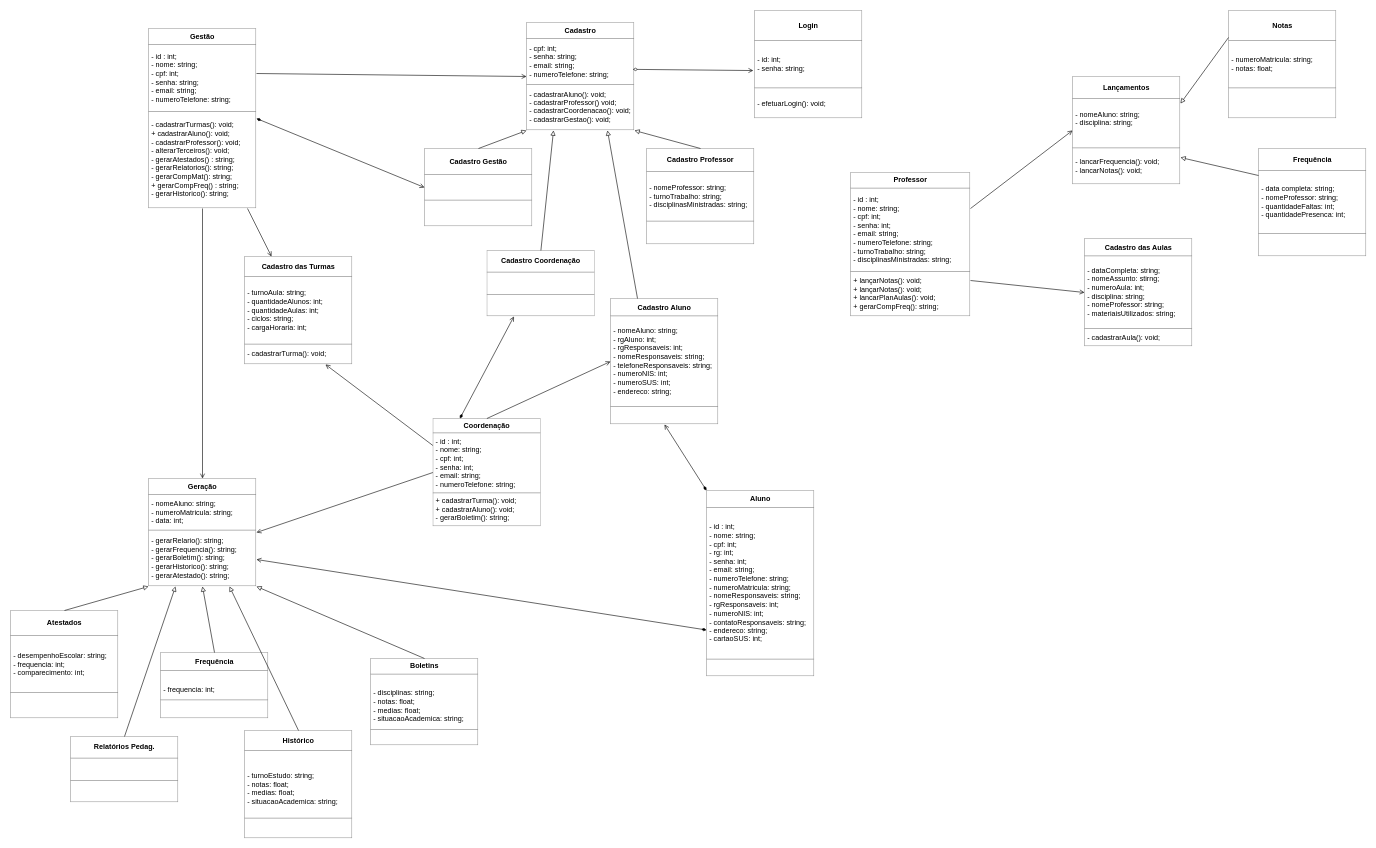
LizReis/An-lise-de-Sistemas keeps this draw.io diagram as DIAGRAMA DE CLASSE.drawio. Above is the earlier version. Source tidied: cells renumbered, new cells numbered last; positions are measured from the earlier drawing's top-left corner, leaving out a move shared by most shapes. Both pictures are drawn from the tidied source at 60%, with x=0, y=0 at pixel (10, 10).
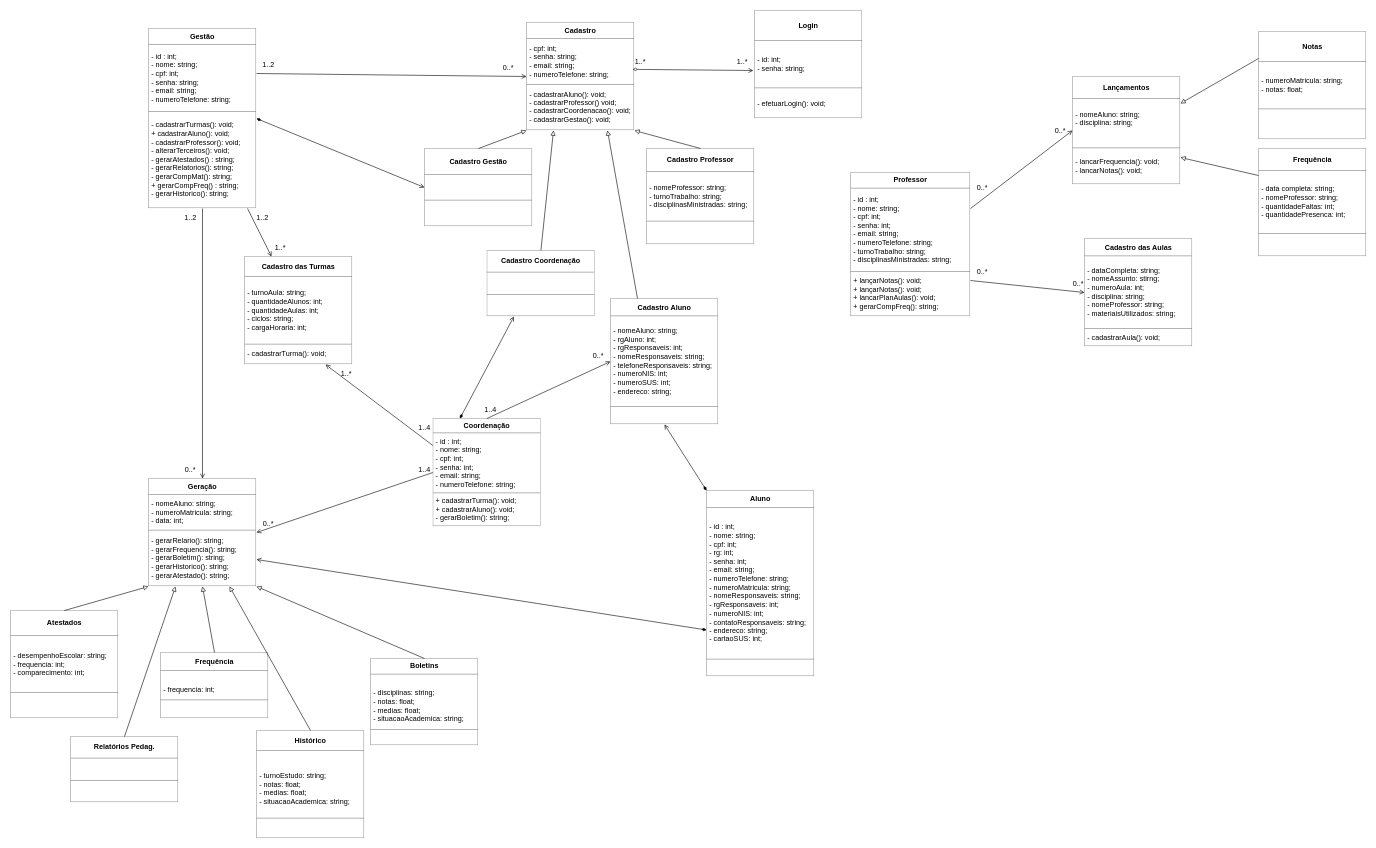
After the change.

The change refers to these unchanged cells:
```xml
<mxCell id="2" value="&lt;table border=&quot;1&quot; width=&quot;100%&quot; height=&quot;100%&quot; cellpadding=&quot;4&quot; style=&quot;width:100%;height:100%;border-collapse:collapse;&quot;&gt;&lt;tbody&gt;&lt;tr&gt;&lt;th align=&quot;center&quot;&gt;&lt;b&gt;Gestão&lt;/b&gt;&lt;/th&gt;&lt;/tr&gt;&lt;tr&gt;&lt;td&gt;- id : int;&lt;br&gt;- nome: string;&lt;br&gt;- cpf: int;&lt;br&gt;- senha: string;&lt;br&gt;- email: string;&lt;br&gt;- numeroTelefone: string;&lt;/td&gt;&lt;/tr&gt;&lt;tr&gt;&lt;td&gt;- cadastrarTurmas(): void;&lt;br&gt;+ cadastrarAluno(): void;&lt;br&gt;- cadastrarProfessor(): void;&lt;br&gt;- alterarTerceiros(): void;&lt;br&gt;- gerarAtestados() : string;&lt;br&gt;- gerarRelatorios(): string;&lt;br&gt;- gerarCompMat(): string;&lt;br&gt;+ gerarCompFreq() : string;&lt;br&gt;- gerarHistorico(): string;&lt;br&gt;&lt;/td&gt;&lt;/tr&gt;&lt;/tbody&gt;&lt;/table&gt;" style="text;html=1;whiteSpace=wrap;strokeColor=none;fillColor=none;overflow=fill;" parent="1" vertex="1">
  <mxGeometry x="230" y="30" width="180" height="300" as="geometry" />
</mxCell>
<mxCell id="5" value="&lt;table border=&quot;1&quot; width=&quot;100%&quot; height=&quot;100%&quot; cellpadding=&quot;4&quot; style=&quot;width:100%;height:100%;border-collapse:collapse;&quot;&gt;&lt;tbody&gt;&lt;tr&gt;&lt;th align=&quot;center&quot;&gt;&lt;b&gt;Login&lt;/b&gt;&lt;/th&gt;&lt;/tr&gt;&lt;tr&gt;&lt;td&gt;- id: int;&lt;br&gt;- senha: string;&lt;/td&gt;&lt;/tr&gt;&lt;tr&gt;&lt;td&gt;- efetuarLogin(): void;&lt;/td&gt;&lt;/tr&gt;&lt;/tbody&gt;&lt;/table&gt;" style="text;html=1;whiteSpace=wrap;strokeColor=none;fillColor=none;overflow=fill;" parent="1" vertex="1">
  <mxGeometry x="1240" width="180" height="180" as="geometry" />
</mxCell>
<mxCell id="11" value="&lt;table border=&quot;1&quot; width=&quot;100%&quot; height=&quot;100%&quot; cellpadding=&quot;4&quot; style=&quot;width:100%;height:100%;border-collapse:collapse;&quot;&gt;&lt;tbody&gt;&lt;tr&gt;&lt;th align=&quot;center&quot;&gt;Cadastro&lt;/th&gt;&lt;/tr&gt;&lt;tr&gt;&lt;td&gt;- cpf: int;&lt;br&gt;- senha: string;&lt;br&gt;- email: string;&lt;br&gt;- numeroTelefone: string;&lt;/td&gt;&lt;/tr&gt;&lt;tr&gt;&lt;td&gt;- cadastrarAluno(): void;&lt;br&gt;- cadastrarProfessor() void;&lt;br&gt;- cadastrarCoordenacao(): void;&lt;br&gt;- cadastrarGestao(): void;&lt;br&gt;&lt;/td&gt;&lt;/tr&gt;&lt;/tbody&gt;&lt;/table&gt;" style="text;html=1;whiteSpace=wrap;strokeColor=none;fillColor=none;overflow=fill;" parent="1" vertex="1">
  <mxGeometry x="860" y="20" width="180" height="180" as="geometry" />
</mxCell>
```

Diff of the diagram source:
```diff
@@
     <mxCell id="7" value="&lt;table border=&quot;1&quot; width=&quot;100%&quot; height=&quot;100%&quot; cellpadding=&quot;4&quot; style=&quot;width:100%;height:100%;border-collapse:collapse;&quot;&gt;&lt;tbody&gt;&lt;tr&gt;&lt;th align=&quot;center&quot;&gt;Notas&lt;/th&gt;&lt;/tr&gt;&lt;tr&gt;&lt;td&gt;- numeroMatricula: string;&lt;br&gt;- notas: float;&lt;/td&gt;&lt;/tr&gt;&lt;tr&gt;&lt;td&gt;&lt;br&gt;&lt;/td&gt;&lt;/tr&gt;&lt;/tbody&gt;&lt;/table&gt;" style="text;html=1;whiteSpace=wrap;strokeColor=none;fillColor=none;overflow=fill;" parent="1" vertex="1">
-      <mxGeometry x="2030" width="180" height="180" as="geometry" />
+      <mxGeometry x="2080" y="35" width="180" height="180" as="geometry" />
     </mxCell>
@@
     <mxCell id="25" value="&lt;table border=&quot;1&quot; width=&quot;100%&quot; height=&quot;100%&quot; cellpadding=&quot;4&quot; style=&quot;width:100%;height:100%;border-collapse:collapse;&quot;&gt;&lt;tbody&gt;&lt;tr&gt;&lt;th align=&quot;center&quot;&gt;&lt;b&gt;Histórico&lt;/b&gt;&lt;/th&gt;&lt;/tr&gt;&lt;tr&gt;&lt;td&gt;&lt;br&gt;- turnoEstudo: string;&lt;br&gt;- notas: float;&lt;br&gt;- medias: float;&lt;br&gt;- situacaoAcademica: string;&lt;br&gt;&lt;/td&gt;&lt;/tr&gt;&lt;tr&gt;&lt;td&gt;&lt;br&gt;&lt;/td&gt;&lt;/tr&gt;&lt;/tbody&gt;&lt;/table&gt;" style="text;html=1;whiteSpace=wrap;strokeColor=none;fillColor=none;overflow=fill;" parent="1" vertex="1">
-      <mxGeometry x="390" y="1200" width="180" height="180" as="geometry" />
+      <mxGeometry x="410" y="1200" width="180" height="180" as="geometry" />
     </mxCell>
@@
-    <mxCell id="34" style="endArrow=open;html=1;rounded=0;exitX=1;exitY=0.25;exitDx=0;exitDy=0;entryX=0;entryY=0.5;entryDx=0;entryDy=0;endFill=0;" parent="1" edge="1" source="2" target="11">
+    <mxCell id="34" style="endArrow=open;html=1;rounded=0;entryX=0;entryY=0.5;entryDx=0;entryDy=0;endFill=0;exitX=1;exitY=0.25;exitDx=0;exitDy=0;" parent="1" edge="1" source="2" target="11">
       <mxGeometry relative="1" as="geometry" />
     </mxCell>
@@
-    <mxCell id="42" style="endArrow=open;html=1;rounded=0;entryX=-0.011;entryY=0.556;entryDx=0;entryDy=0;startArrow=diamondThin;startFill=0;endFill=0;exitX=0.984;exitY=0.434;exitDx=0;exitDy=0;exitPerimeter=0;entryPerimeter=0;" parent="1" edge="1" source="11" target="5">
-      <mxGeometry relative="1" as="geometry" />
+    <mxCell id="42" style="endArrow=open;html=1;rounded=0;startArrow=diamondThin;startFill=0;endFill=0;exitX=0.984;exitY=0.434;exitDx=0;exitDy=0;exitPerimeter=0;" parent="1" edge="1" source="11">
+      <mxGeometry relative="1" as="geometry">
+        <mxPoint x="1238" y="100" as="targetPoint" />
+      </mxGeometry>
     </mxCell>
@@
+    <mxCell id="47" value="1..2" style="text;html=1;align=center;verticalAlign=middle;whiteSpace=wrap;rounded=0;" parent="1" vertex="1">
+      <mxGeometry x="400" y="75" width="60" height="30" as="geometry" />
+    </mxCell>
+    <mxCell id="48" value="0..*" style="text;html=1;align=center;verticalAlign=middle;whiteSpace=wrap;rounded=0;" parent="1" vertex="1">
+      <mxGeometry x="800" y="80" width="60" height="30" as="geometry" />
+    </mxCell>
+    <mxCell id="49" value="1..2" style="text;html=1;align=center;verticalAlign=middle;whiteSpace=wrap;rounded=0;" parent="1" vertex="1">
+      <mxGeometry x="390" y="330" width="60" height="30" as="geometry" />
+    </mxCell>
+    <mxCell id="50" value="1..*" style="text;html=1;align=center;verticalAlign=middle;whiteSpace=wrap;rounded=0;" parent="1" vertex="1">
+      <mxGeometry x="420" y="380" width="60" height="30" as="geometry" />
+    </mxCell>
+    <mxCell id="51" value="1..4" style="text;html=1;align=center;verticalAlign=middle;whiteSpace=wrap;rounded=0;" parent="1" vertex="1">
+      <mxGeometry x="770" y="650" width="60" height="30" as="geometry" />
+    </mxCell>
+    <mxCell id="52" value="0..*" style="text;html=1;align=center;verticalAlign=middle;whiteSpace=wrap;rounded=0;" parent="1" vertex="1">
+      <mxGeometry x="950" y="560" width="60" height="30" as="geometry" />
+    </mxCell>
+    <mxCell id="53" value="0..*" style="text;html=1;align=center;verticalAlign=middle;whiteSpace=wrap;rounded=0;" parent="1" vertex="1">
+      <mxGeometry x="1590" y="280" width="60" height="30" as="geometry" />
+    </mxCell>
+    <mxCell id="54" value="0..*" style="text;html=1;align=center;verticalAlign=middle;whiteSpace=wrap;rounded=0;" parent="1" vertex="1">
+      <mxGeometry x="1720" y="185" width="60" height="30" as="geometry" />
+    </mxCell>
+    <mxCell id="55" value="0..*" style="text;html=1;align=center;verticalAlign=middle;whiteSpace=wrap;rounded=0;" parent="1" vertex="1">
+      <mxGeometry x="1590" y="420" width="60" height="30" as="geometry" />
+    </mxCell>
+    <mxCell id="56" value="0..*" style="text;html=1;align=center;verticalAlign=middle;whiteSpace=wrap;rounded=0;" parent="1" vertex="1">
+      <mxGeometry x="1750" y="440" width="60" height="30" as="geometry" />
+    </mxCell>
+    <mxCell id="57" value="1..4" style="text;html=1;align=center;verticalAlign=middle;whiteSpace=wrap;rounded=0;" parent="1" vertex="1">
+      <mxGeometry x="660" y="680" width="60" height="30" as="geometry" />
+    </mxCell>
+    <mxCell id="58" value="1..4" style="text;html=1;align=center;verticalAlign=middle;whiteSpace=wrap;rounded=0;" parent="1" vertex="1">
+      <mxGeometry x="660" y="750" width="60" height="30" as="geometry" />
+    </mxCell>
+    <mxCell id="59" value="0..*" style="text;html=1;align=center;verticalAlign=middle;whiteSpace=wrap;rounded=0;" parent="1" vertex="1">
+      <mxGeometry x="400" y="840" width="60" height="30" as="geometry" />
+    </mxCell>
+    <mxCell id="60" value="1..*" style="text;html=1;align=center;verticalAlign=middle;whiteSpace=wrap;rounded=0;" parent="1" vertex="1">
+      <mxGeometry x="530" y="590" width="60" height="30" as="geometry" />
+    </mxCell>
+    <mxCell id="61" value="1..*" style="text;html=1;align=center;verticalAlign=middle;whiteSpace=wrap;rounded=0;" parent="1" vertex="1">
+      <mxGeometry x="1020" y="70" width="60" height="30" as="geometry" />
+    </mxCell>
+    <mxCell id="62" value="1..*" style="text;html=1;align=center;verticalAlign=middle;whiteSpace=wrap;rounded=0;" parent="1" vertex="1">
+      <mxGeometry x="1190" y="70" width="60" height="30" as="geometry" />
+    </mxCell>
+    <mxCell id="63" value="1..2" style="text;html=1;align=center;verticalAlign=middle;whiteSpace=wrap;rounded=0;" parent="1" vertex="1">
+      <mxGeometry x="270" y="330" width="60" height="30" as="geometry" />
+    </mxCell>
+    <mxCell id="64" value="0..*" style="text;html=1;align=center;verticalAlign=middle;whiteSpace=wrap;rounded=0;" parent="1" vertex="1">
+      <mxGeometry x="270" y="750" width="60" height="30" as="geometry" />
+    </mxCell>
```
